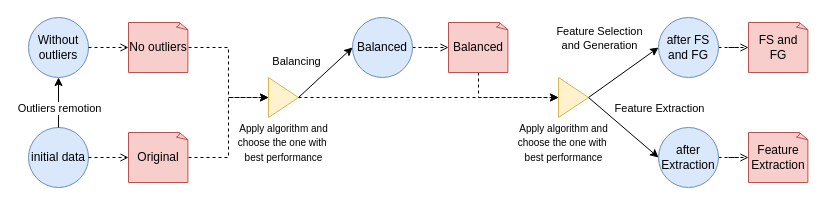
This is dataset2/SupervisedDataset2.drawio from filipesousaist/ds_project, a draw.io file, before an edit. Source tidied: cells renumbered, new cells numbered last; positions are measured from the earlier drawing's top-left corner, leaving out a move shared by most shapes. Both pictures are drawn from the tidied source at 100%, with x=0, y=0 at pixel (28, 17).
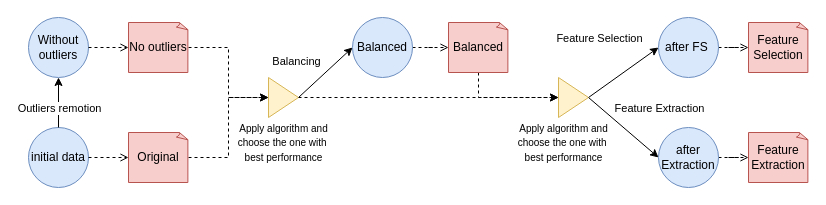
The same diagram, later.

Unchanged cells that the change refers to:
```xml
<mxCell id="8" style="endArrow=classic;html=1;entryX=0;entryY=0.5;entryDx=0;entryDy=0;exitX=1;exitY=0.5;exitDx=0;exitDy=0;" parent="1" edge="1" source="24" target="7">
  <mxGeometry x="1" y="-332" relative="1" as="geometry">
    <mxPoint x="58" y="75" as="offset" />
  </mxGeometry>
</mxCell>
```

What changed in the source:
```diff
@@
-    <mxCell id="7" value="after FS and FG" style="ellipse;whiteSpace=wrap;html=1;fillColor=#dae8fc;strokeColor=#6c8ebf;" parent="1" vertex="1">
+    <mxCell id="7" value="after FS&amp;nbsp;" style="ellipse;whiteSpace=wrap;html=1;fillColor=#dae8fc;strokeColor=#6c8ebf;" parent="1" vertex="1">
       <mxGeometry x="630" width="60" height="60" as="geometry" />
     </mxCell>
@@
-    <mxCell id="9" value="Feature Selection&lt;br&gt;and Generation" style="edgeLabel;html=1;align=center;verticalAlign=middle;" parent="8" vertex="1">
+    <mxCell id="9" value="Feature Selection" style="edgeLabel;html=1;align=center;verticalAlign=middle;" parent="8" vertex="1">
       <mxGeometry x="0.17" y="2" relative="1" as="geometry">
         <mxPoint x="-29.5" y="-29.3" as="offset" />
       </mxGeometry>
     </mxCell>
-    <mxCell id="10" value="FS and FG" style="whiteSpace=wrap;html=1;shape=mxgraph.basic.document;fillColor=#f8cecc;strokeColor=#b85450;" parent="1" vertex="1">
+    <mxCell id="10" value="Feature Selection" style="whiteSpace=wrap;html=1;shape=mxgraph.basic.document;fillColor=#f8cecc;strokeColor=#b85450;" parent="1" vertex="1">
       <mxGeometry x="720" y="5" width="60" height="50" as="geometry" />
     </mxCell>
```
